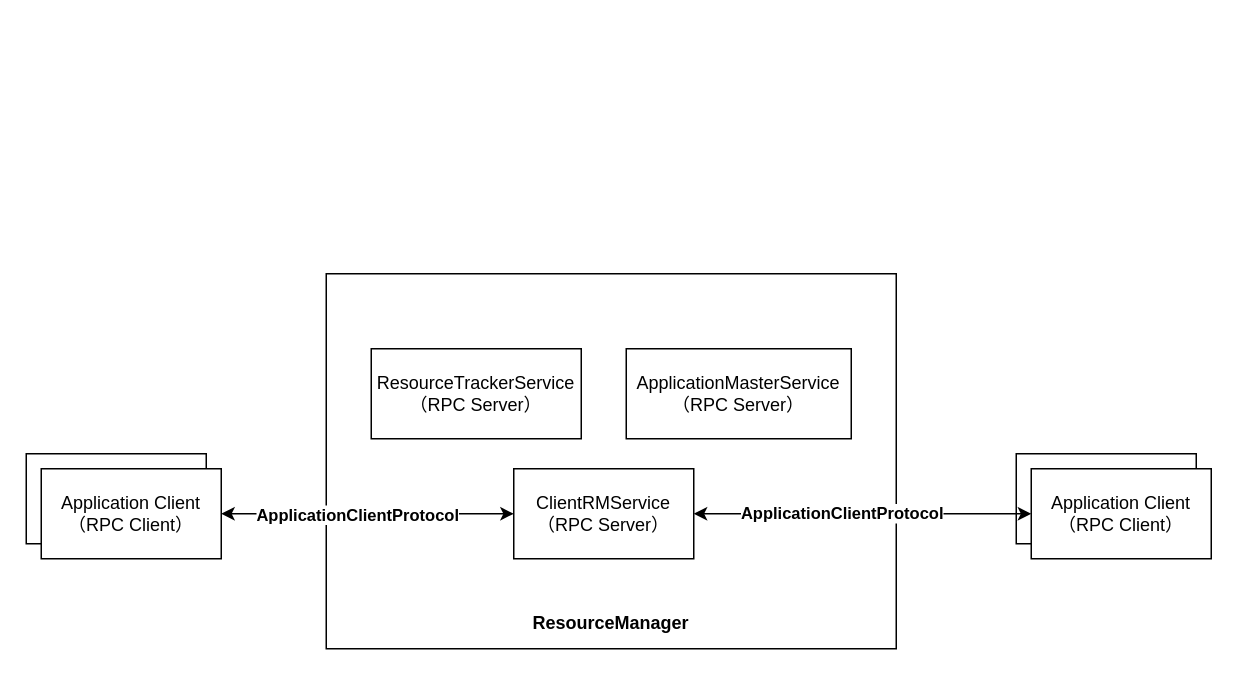
The draw.io diagram Yarn/ResourceManager相关的RPC协议.drawio in chenshuai1995/a-imgs, before the edit. Source tidied: cells renumbered, new cells numbered last; positions are measured from the earlier drawing's top-left corner, leaving out a move shared by most shapes. Both pictures are drawn from the tidied source at 150%, with x=0, y=0 at pixel (26, 273).
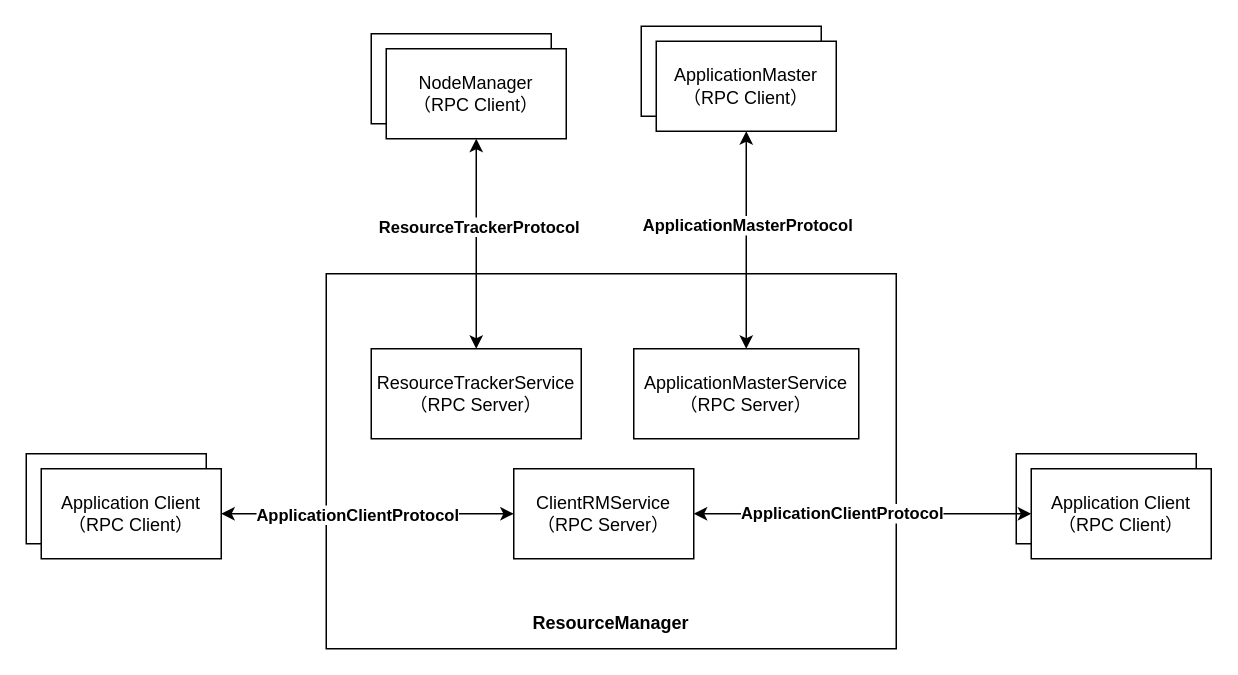
The same page after the edit.

Commit message (it also covers changes not shown here):
更新ResourceManager相关的RPC协议.drawio

Unchanged cells that the change refers to:
```xml
<mxCell id="4" value="ResourceTrackerService&lt;br&gt;（RPC Server）" style="rounded=0;whiteSpace=wrap;html=1;" parent="1" vertex="1">
  <mxGeometry x="230" y="50" width="140" height="60" as="geometry" />
</mxCell>
```

Change to the diagram source:
```diff
@@
     <mxCell id="5" value="ApplicationMasterService&lt;br&gt;（RPC Server）" style="rounded=0;whiteSpace=wrap;html=1;" parent="1" vertex="1">
-      <mxGeometry x="400" y="50" width="150" height="60" as="geometry" />
+      <mxGeometry x="405" y="50" width="150" height="60" as="geometry" />
     </mxCell>
@@
+    <mxCell id="14" style="rounded=0;whiteSpace=wrap;html=1;" parent="1" vertex="1">
+      <mxGeometry x="230" y="-160" width="120" height="60" as="geometry" />
+    </mxCell>
+    <mxCell id="15" style="edgeStyle=orthogonalEdgeStyle;rounded=0;jettySize=auto;html=1;entryX=0.5;entryY=0;entryDx=0;entryDy=0;startArrow=classic;startFill=1;" parent="1" edge="1" source="17" target="4">
+      <mxGeometry relative="1" as="geometry" />
+    </mxCell>
+    <mxCell id="16" value="ResourceTrackerProtocol" style="edgeLabel;html=1;align=center;verticalAlign=middle;fontStyle=1;" parent="15" vertex="1">
+      <mxGeometry x="-0.17" y="1" relative="1" as="geometry" />
+    </mxCell>
+    <mxCell id="17" value="NodeManager&lt;br&gt;（RPC Client）" style="rounded=0;whiteSpace=wrap;html=1;" parent="1" vertex="1">
+      <mxGeometry x="240" y="-150" width="120" height="60" as="geometry" />
+    </mxCell>
+    <mxCell id="18" style="rounded=0;whiteSpace=wrap;html=1;" parent="1" vertex="1">
+      <mxGeometry x="410" y="-165" width="120" height="60" as="geometry" />
+    </mxCell>
+    <mxCell id="19" style="edgeStyle=orthogonalEdgeStyle;rounded=0;jettySize=auto;html=1;startArrow=classic;startFill=1;" parent="1" edge="1" source="21" target="5">
+      <mxGeometry relative="1" as="geometry" />
+    </mxCell>
+    <mxCell id="20" value="ApplicationMasterProtocol" style="edgeLabel;html=1;align=center;verticalAlign=middle;fontStyle=1;" parent="19" vertex="1">
+      <mxGeometry x="-0.14" relative="1" as="geometry" />
+    </mxCell>
+    <mxCell id="21" value="ApplicationMaster&lt;br&gt;（RPC Client）" style="rounded=0;whiteSpace=wrap;html=1;" parent="1" vertex="1">
+      <mxGeometry x="420" y="-155" width="120" height="60" as="geometry" />
+    </mxCell>
```
